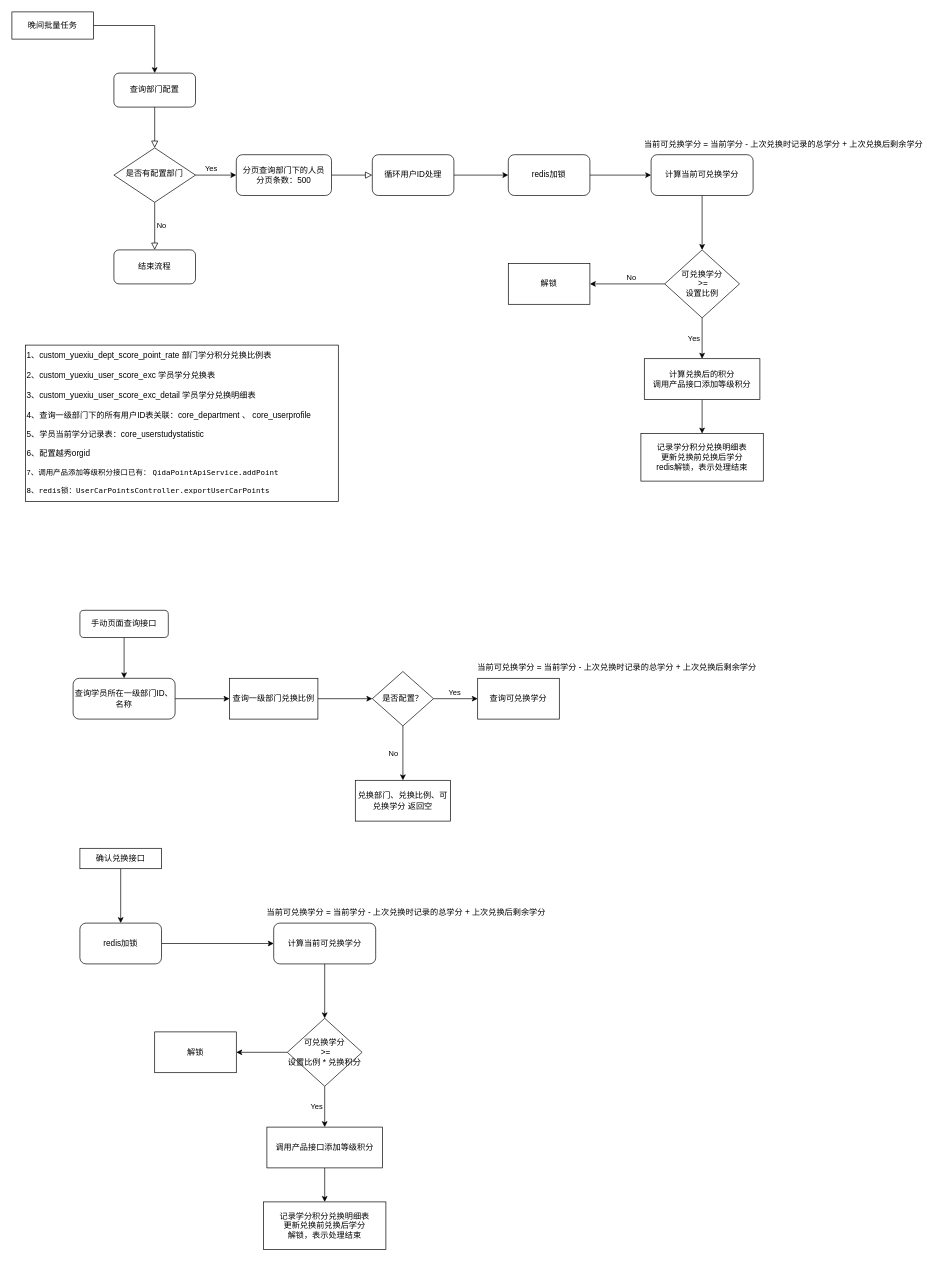
The draw.io diagram 越秀学分积分兑换.drawio in OnlyHF/draw, before the edit. Source tidied: cells renumbered, new cells numbered last; positions are measured from the earlier drawing's top-left corner, leaving out a move shared by most shapes. Both pictures are drawn from the tidied source at 68%, with x=0, y=0 at pixel (12, 12).
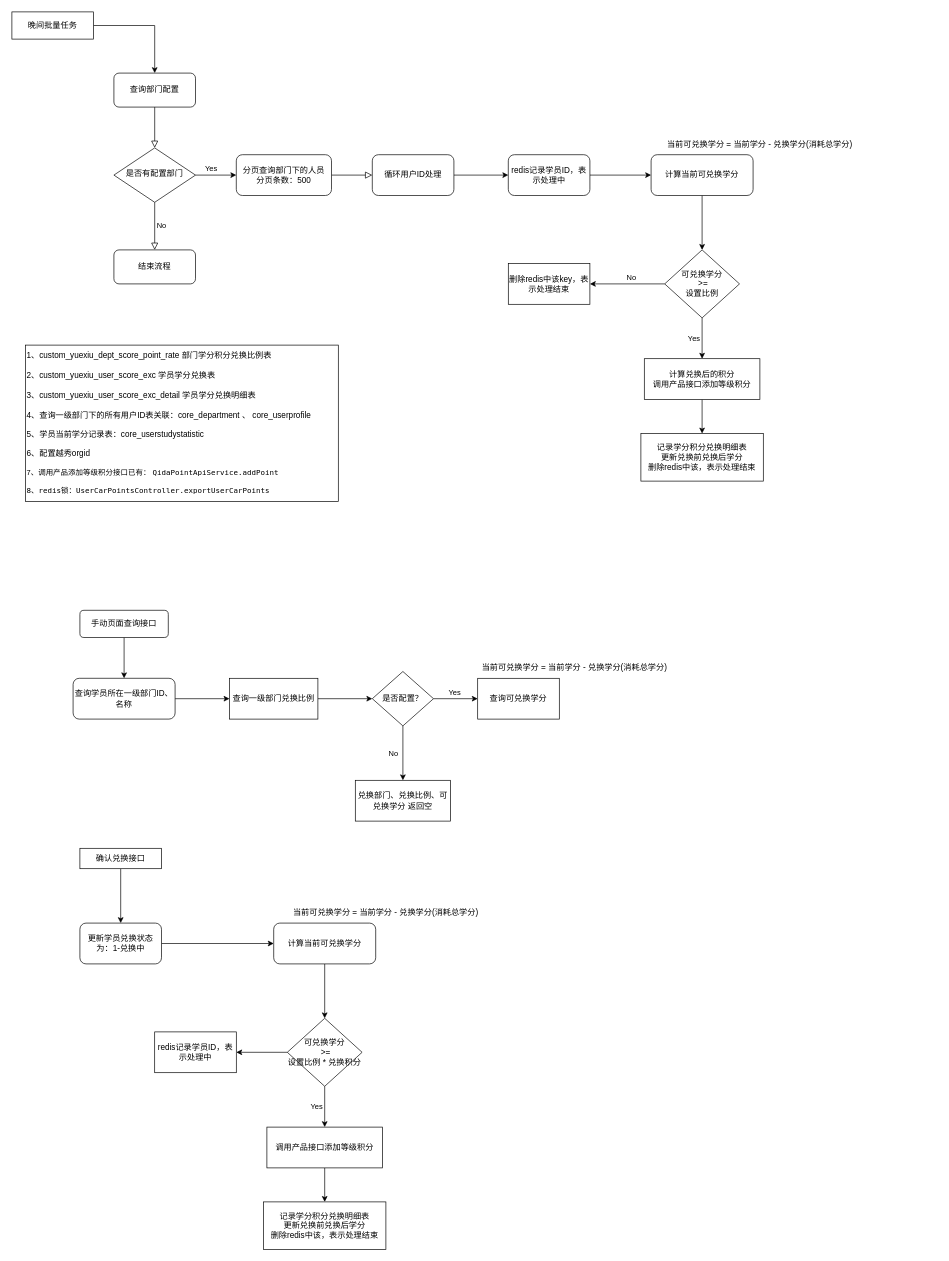
Above is the later version.

Commit message:
更新越秀学分积分兑换.drawio

The edit, as a diff of the source:
```diff
@@
-    <mxCell id="20" value="记录学分积分兑换明细表&lt;br&gt;更新兑换前兑换后学分&lt;br&gt;redis解锁，表示处理结束" style="whiteSpace=wrap;html=1;" parent="1" vertex="1">
+    <mxCell id="20" value="记录学分积分兑换明细表&lt;br&gt;更新兑换前兑换后学分&lt;br&gt;删除redis中该，表示处理结束" style="whiteSpace=wrap;html=1;" parent="1" vertex="1">
       <mxGeometry x="925" y="620" width="180" height="70" as="geometry" />
     </mxCell>
@@
-    <mxCell id="39" value="当前可兑换学分 = 当前学分 - 上次兑换时记录的总学分 + 上次兑换后剩余学分" style="text;html=1;strokeColor=none;fillColor=none;align=center;verticalAlign=middle;whiteSpace=wrap;rounded=0;" parent="1" vertex="1">
-      <mxGeometry x="910" y="180" width="450" height="30" as="geometry" />
+    <mxCell id="39" value="当前可兑换学分 = 当前学分 - 兑换学分(消耗总学分)" style="text;html=1;strokeColor=none;fillColor=none;align=center;verticalAlign=middle;whiteSpace=wrap;rounded=0;" parent="1" vertex="1">
+      <mxGeometry x="940" y="180" width="320" height="30" as="geometry" />
     </mxCell>
@@
-    <mxCell id="41" value="redis加锁" style="whiteSpace=wrap;html=1;rounded=1;" parent="1" vertex="1">
+    <mxCell id="41" value="redis记录学员ID，表示处理中" style="whiteSpace=wrap;html=1;rounded=1;" parent="1" vertex="1">
       <mxGeometry x="730" y="210" width="120" height="60" as="geometry" />
     </mxCell>
-    <mxCell id="42" value="&lt;span&gt;解锁&lt;/span&gt;" style="whiteSpace=wrap;html=1;" parent="1" vertex="1">
+    <mxCell id="42" value="&lt;span&gt;删除redis中该key，表示处理结束&lt;/span&gt;" style="whiteSpace=wrap;html=1;" parent="1" vertex="1">
       <mxGeometry x="730" y="370" width="120" height="60" as="geometry" />
     </mxCell>
-    <mxCell id="43" value="当前可兑换学分 = 当前学分 - 上次兑换时记录的总学分 + 上次兑换后剩余学分" style="text;html=1;strokeColor=none;fillColor=none;align=center;verticalAlign=middle;whiteSpace=wrap;rounded=0;" parent="1" vertex="1">
-      <mxGeometry x="665" y="950" width="450" height="30" as="geometry" />
+    <mxCell id="43" value="当前可兑换学分 = 当前学分 - 兑换学分(消耗总学分)" style="text;html=1;strokeColor=none;fillColor=none;align=center;verticalAlign=middle;whiteSpace=wrap;rounded=0;" parent="1" vertex="1">
+      <mxGeometry x="665" y="950" width="325" height="30" as="geometry" />
     </mxCell>
@@
-    <mxCell id="52" value="记录学分积分兑换明细表&lt;br&gt;更新兑换前兑换后学分&lt;br&gt;解锁，表示处理结束" style="whiteSpace=wrap;html=1;" parent="1" vertex="1">
+    <mxCell id="52" value="记录学分积分兑换明细表&lt;br&gt;更新兑换前兑换后学分&lt;br&gt;删除redis中该，表示处理结束" style="whiteSpace=wrap;html=1;" parent="1" vertex="1">
       <mxGeometry x="370" y="1750" width="180" height="70" as="geometry" />
     </mxCell>
@@
-    <mxCell id="55" value="当前可兑换学分 = 当前学分 - 上次兑换时记录的总学分 + 上次兑换后剩余学分" style="text;html=1;strokeColor=none;fillColor=none;align=center;verticalAlign=middle;whiteSpace=wrap;rounded=0;" parent="1" vertex="1">
-      <mxGeometry x="355" y="1310" width="450" height="30" as="geometry" />
+    <mxCell id="55" value="当前可兑换学分 = 当前学分 - 兑换学分(消耗总学分)" style="text;html=1;strokeColor=none;fillColor=none;align=center;verticalAlign=middle;whiteSpace=wrap;rounded=0;" parent="1" vertex="1">
+      <mxGeometry x="390" y="1310" width="320" height="30" as="geometry" />
     </mxCell>
@@
-    <mxCell id="57" value="redis加锁" style="whiteSpace=wrap;html=1;rounded=1;" parent="1" vertex="1">
+    <mxCell id="57" value="更新学员兑换状态为：1-兑换中" style="whiteSpace=wrap;html=1;rounded=1;" parent="1" vertex="1">
       <mxGeometry x="100" y="1340" width="120" height="60" as="geometry" />
     </mxCell>
-    <mxCell id="58" value="解锁" style="whiteSpace=wrap;html=1;" parent="1" vertex="1">
+    <mxCell id="58" value="redis记录学员ID，表示处理中" style="whiteSpace=wrap;html=1;" parent="1" vertex="1">
       <mxGeometry x="210" y="1500" width="120" height="60" as="geometry" />
     </mxCell>
```
